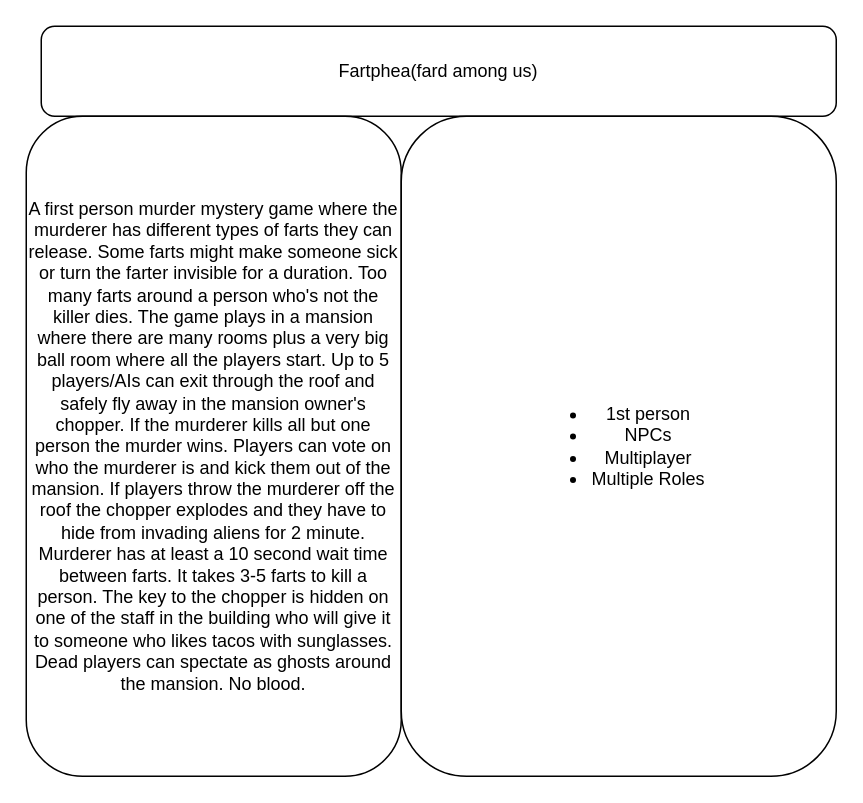
This is Fartphea.drawio from cheeseEnthusiasts/ideas, a draw.io file, before an edit. Source tidied: cells renumbered, new cells numbered last; positions are measured from the earlier drawing's top-left corner, leaving out a move shared by most shapes. Both pictures are drawn from the tidied source at 150%, with x=0, y=0 at pixel (26, 26).
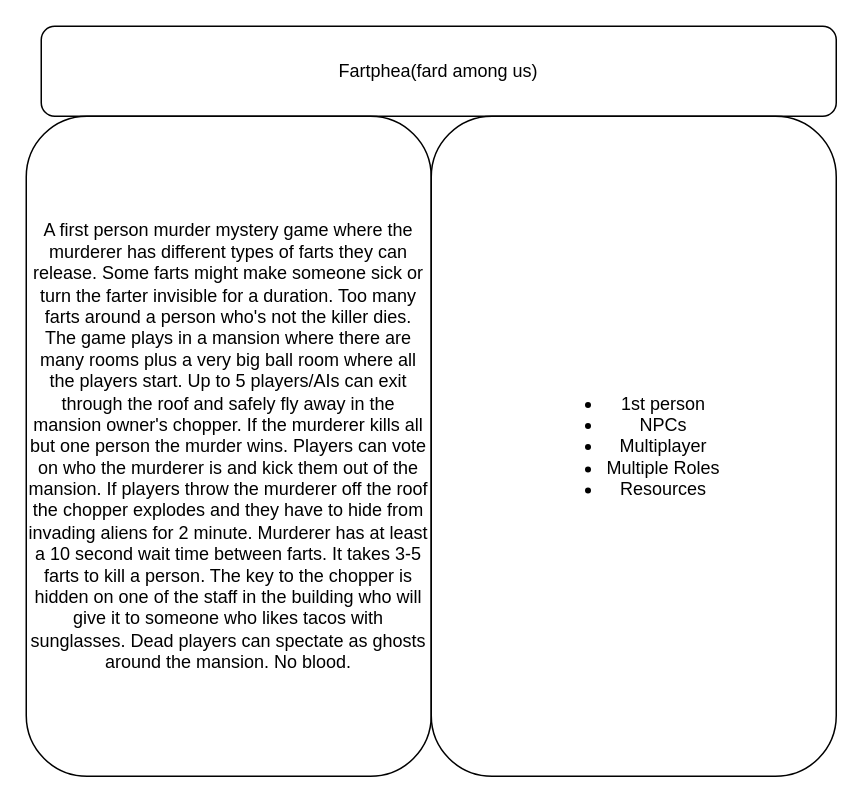
The same diagram, later.

What changed in the source:
```diff
@@
 <mxGraphModel>
   <root>
     <mxCell id="0" />
     <mxCell id="1" parent="0" />
     <mxCell id="2" value="Fartphea(fard among us)" style="rounded=1;whiteSpace=wrap;html=1;" parent="1" vertex="1">
       <mxGeometry x="10" width="530" height="60" as="geometry" />
     </mxCell>
     <mxCell id="3" value="A first person murder mystery game where the murderer has different types of farts they can release. Some farts might make someone sick or turn the farter invisible for a duration. Too many farts around a person who's not the killer dies. The game plays in a mansion where there are many rooms plus a very big ball room where all the players start. Up to 5 players/AIs can exit through the roof and safely fly away in the mansion owner's chopper. If the murderer kills all but one person the murder wins. Players can vote on who the murderer is and kick them out of the mansion. If players throw the murderer off the roof the chopper explodes and they have to hide from invading aliens for 2 minute. Murderer has at least a 10 second wait time between farts. It takes 3-5 farts to kill a person. The key to the chopper is hidden on one of the staff in the building who will give it to someone who likes tacos with sunglasses. Dead players can spectate as ghosts around the mansion. No blood." style="rounded=1;whiteSpace=wrap;html=1;" parent="1" vertex="1">
-      <mxGeometry y="60" width="250" height="440" as="geometry" />
+      <mxGeometry y="60" width="270" height="440" as="geometry" />
     </mxCell>
-    <mxCell id="4" value="&lt;ul&gt;&lt;li&gt;1st person&lt;/li&gt;&lt;li&gt;NPCs&lt;/li&gt;&lt;li&gt;Multiplayer&lt;/li&gt;&lt;li&gt;Multiple Roles&lt;/li&gt;&lt;/ul&gt;" style="rounded=1;whiteSpace=wrap;html=1;" parent="1" vertex="1">
-      <mxGeometry x="250" y="60" width="290" height="440" as="geometry" />
+    <mxCell id="4" value="&lt;ul&gt;&lt;li&gt;1st person&lt;/li&gt;&lt;li&gt;NPCs&lt;/li&gt;&lt;li&gt;Multiplayer&lt;/li&gt;&lt;li&gt;Multiple Roles&lt;/li&gt;&lt;li&gt;Resources&lt;/li&gt;&lt;/ul&gt;" style="rounded=1;whiteSpace=wrap;html=1;" parent="1" vertex="1">
+      <mxGeometry x="270" y="60" width="270" height="440" as="geometry" />
     </mxCell>
   </root>
 </mxGraphModel>
```
